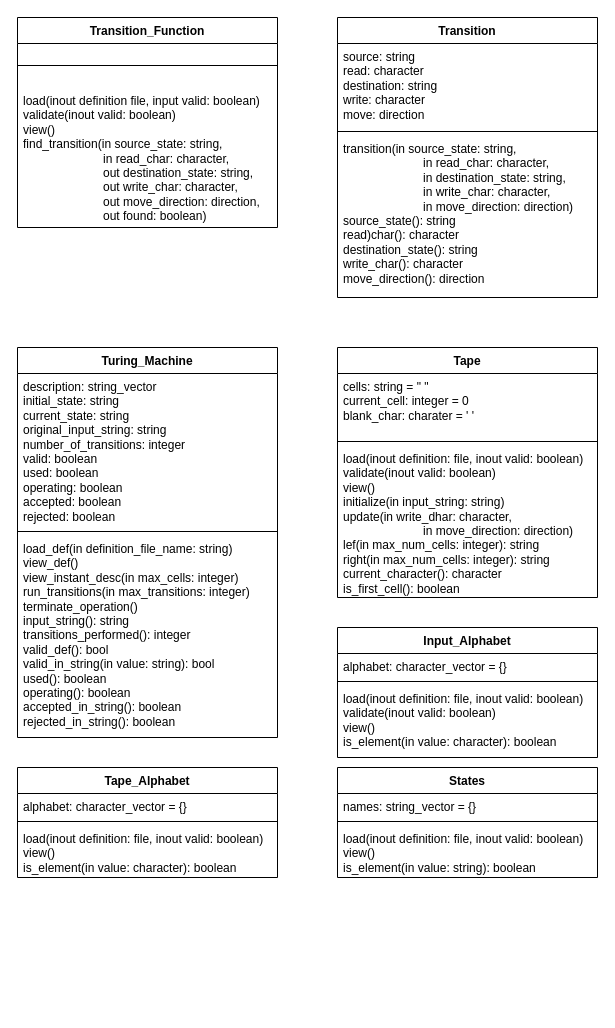
IgorBCode/cv keeps this draw.io diagram as TransitionFunction.drawio. Above is the earlier version. Source tidied: cells renumbered, new cells numbered last; positions are measured from the earlier drawing's top-left corner, leaving out a move shared by most shapes. Both pictures are drawn from the tidied source at 100%, with x=0, y=0 at pixel (17, 17).
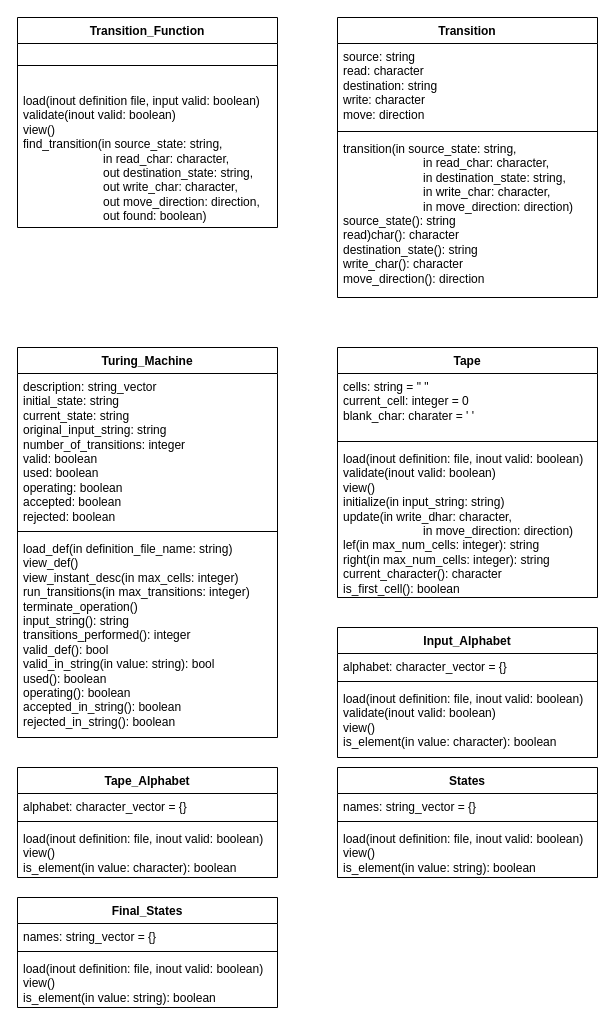
Above is the later version.

Diff of the diagram source:
```diff
@@
+    <mxCell id="29" value="Final_States" style="swimlane;fontStyle=1;align=center;verticalAlign=top;horizontal=1;startSize=26;whiteSpace=wrap;html=1;" parent="1" vertex="1">
+      <mxGeometry y="880" width="260" height="110" as="geometry" />
+    </mxCell>
+    <mxCell id="30" value="names: string_vector = {}" style="text;strokeColor=none;fillColor=none;align=left;verticalAlign=top;spacingLeft=4;spacingRight=4;overflow=hidden;whiteSpace=wrap;html=1;" parent="29" vertex="1">
+      <mxGeometry y="26" width="260" height="24" as="geometry" />
+    </mxCell>
+    <mxCell id="31" style="line;strokeWidth=1;fillColor=none;align=left;verticalAlign=middle;spacingTop=-1;spacingLeft=3;spacingRight=3;labelPosition=right;strokeColor=inherit;" parent="29" vertex="1">
+      <mxGeometry y="50" width="260" height="8" as="geometry" />
+    </mxCell>
+    <mxCell id="32" value="&lt;div&gt;load(inout definition: file, inout valid: boolean)&lt;/div&gt;&lt;div&gt;view()&lt;/div&gt;&lt;div&gt;is_element(in value: string): boolean&lt;br&gt;&lt;/div&gt;" style="text;strokeColor=none;fillColor=none;align=left;verticalAlign=top;spacingLeft=4;spacingRight=4;overflow=hidden;whiteSpace=wrap;html=1;" parent="29" vertex="1">
+      <mxGeometry y="58" width="260" height="52" as="geometry" />
+    </mxCell>
```
